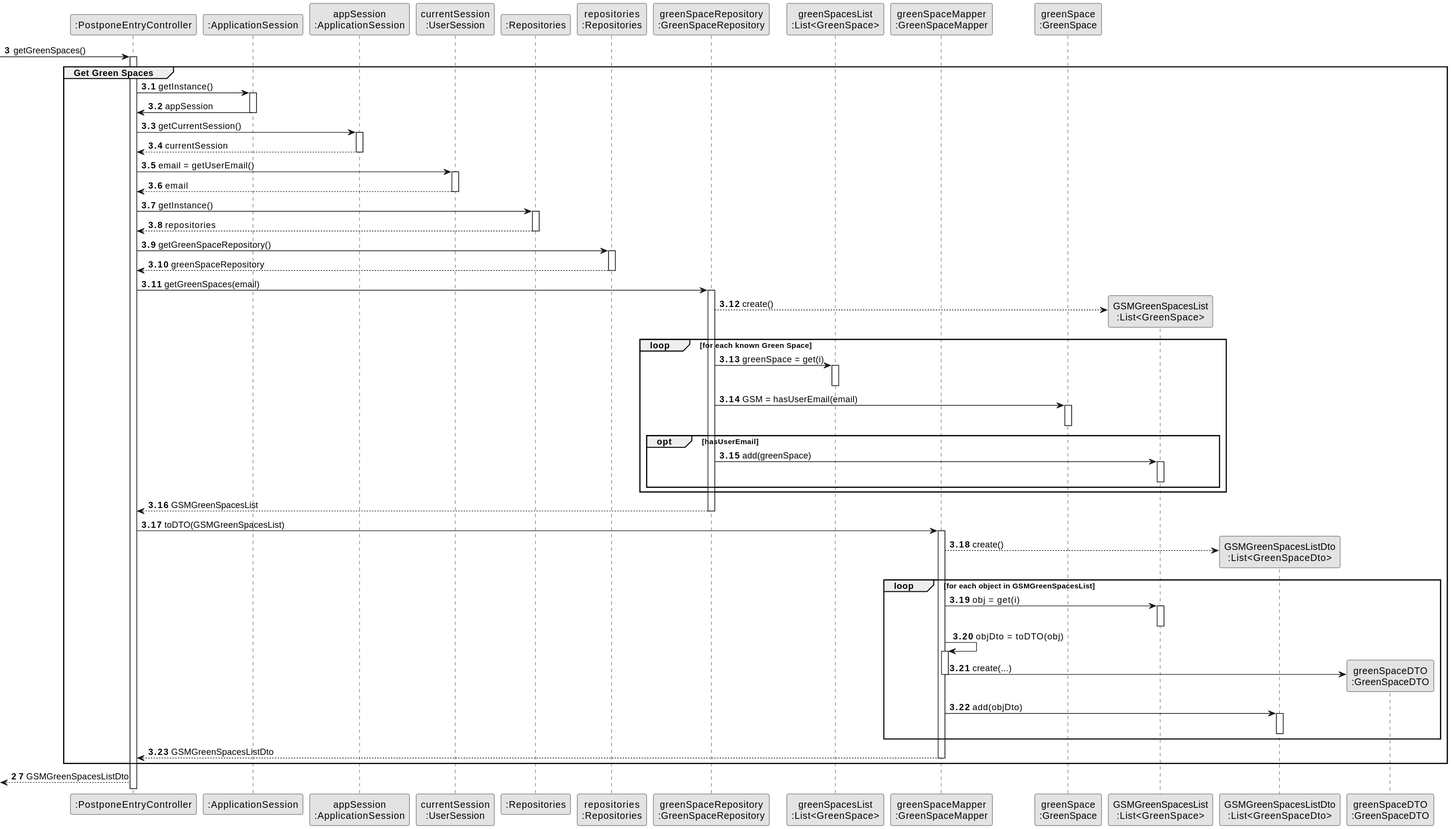
Before: docs/sprintC/us024/03.design/svg/us024-sequence-diagram-partial-get-green-spaces.svg, a diagram exported from PlantUML (Departamento-de-Engenharia-Informatica/lei-24-s2-1dm-g132).
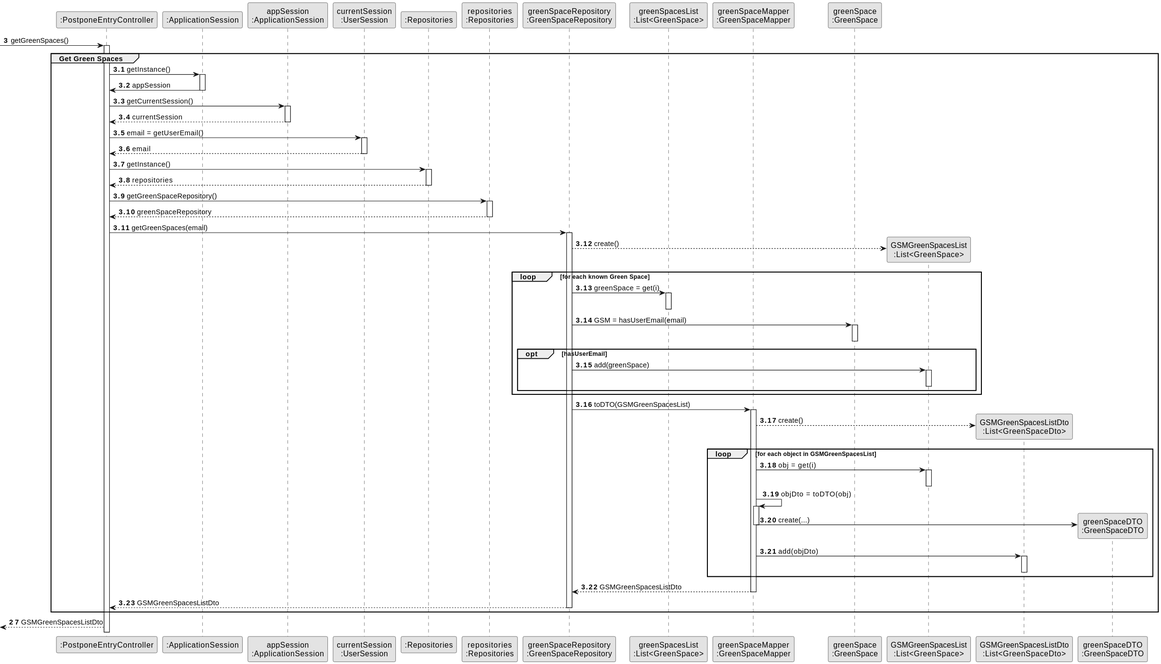
The same file after the commit.

The edit, as a diff of the source:
```diff
@@ -77,10 +77,7 @@
 
            end loop
 
-           GreenSpaceRepository --> CTRL : GSMGreenSpacesList
-           deactivate GreenSpaceRepository
-
-           CTRL -> GreenSpaceMapper : toDTO(GSMGreenSpacesList)
+           GreenSpaceRepository -> GreenSpaceMapper : toDTO(GSMGreenSpacesList)
            activate GreenSpaceMapper
 
            GreenSpaceMapper --> GSMGreenSpacesListDto** : create()
@@ -104,8 +101,11 @@
 
            end loop
 
-           GreenSpaceMapper --> CTRL : GSMGreenSpacesListDto
+           GreenSpaceMapper --> GreenSpaceRepository : GSMGreenSpacesListDto
            deactivate GreenSpaceMapper
+
+           GreenSpaceRepository --> CTRL : GSMGreenSpacesListDto
+           deactivate GreenSpaceRepository
 
 
 end group
```
